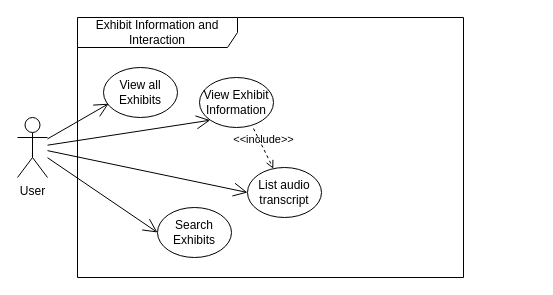
Earlier version of the draw.io diagram Use Case Diagrams/Exhibit Information.drawio (gsklaven/MusePath). Source tidied: cells renumbered, new cells numbered last; positions are measured from the earlier drawing's top-left corner, leaving out a move shared by most shapes. Both pictures are drawn from the tidied source at 100%, with x=0, y=0 at pixel (17, 17).
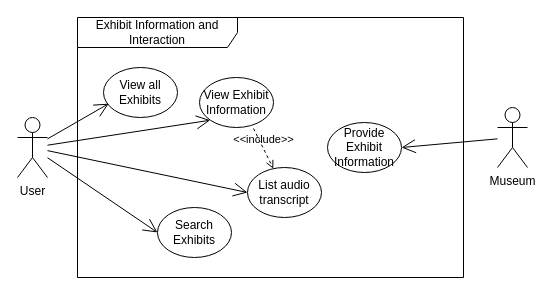
Above is the later version.

Change to the diagram source:
```diff
@@
 <mxGraphModel>
   <root>
     <mxCell id="0" />
     <mxCell id="1" parent="0" />
     <mxCell id="2" value="Exhibit Information and Interaction" style="shape=umlFrame;whiteSpace=wrap;html=1;width=160;" parent="1" vertex="1">
       <mxGeometry x="60" width="386" height="260" as="geometry" />
     </mxCell>
     <mxCell id="3" value="View Exhibit Information" style="ellipse;whiteSpace=wrap;html=1;" parent="2" vertex="1">
       <mxGeometry x="122" y="60" width="74" height="50" as="geometry" />
     </mxCell>
     <mxCell id="4" value="List audio transcript" style="ellipse;whiteSpace=wrap;html=1;" parent="2" vertex="1">
       <mxGeometry x="170" y="150" width="74" height="50" as="geometry" />
     </mxCell>
     <mxCell id="5" value="View all Exhibits" style="ellipse;whiteSpace=wrap;html=1;" parent="2" vertex="1">
       <mxGeometry x="26" y="50" width="74" height="50" as="geometry" />
     </mxCell>
     <mxCell id="6" value="Search Exhibits" style="ellipse;whiteSpace=wrap;html=1;" parent="2" vertex="1">
       <mxGeometry x="80" y="190" width="74" height="50" as="geometry" />
     </mxCell>
     <mxCell id="7" value="&amp;lt;&amp;lt;include&amp;gt;&amp;gt;" style="html=1;verticalAlign=bottom;labelBackgroundColor=none;endArrow=open;endFill=0;dashed=1;rounded=0;exitX=0.73;exitY=1.02;exitDx=0;exitDy=0;exitPerimeter=0;" parent="2" edge="1" source="3" target="4">
       <mxGeometry relative="1" as="geometry" />
     </mxCell>
+    <mxCell id="13" value="Provide Exhibit Information" style="ellipse;whiteSpace=wrap;html=1;" parent="2" vertex="1">
+      <mxGeometry x="250" y="105" width="74" height="50" as="geometry" />
+    </mxCell>
     <mxCell id="8" value="User" style="shape=umlActor;verticalLabelPosition=bottom;verticalAlign=top;html=1;" parent="1" vertex="1">
       <mxGeometry y="100" width="30" height="60" as="geometry" />
     </mxCell>
     <mxCell id="9" style="endArrow=open;endFill=1;endSize=12;html=1;rounded=0;entryX=0.07;entryY=0.724;entryDx=0;entryDy=0;entryPerimeter=0;" parent="1" edge="1" source="8" target="5">
       <mxGeometry relative="1" as="geometry" />
     </mxCell>
     <mxCell id="10" style="endArrow=open;endFill=1;endSize=12;html=1;rounded=0;entryX=0;entryY=1;entryDx=0;entryDy=0;" parent="1" edge="1" source="8" target="3">
       <mxGeometry relative="1" as="geometry" />
     </mxCell>
     <mxCell id="11" style="endArrow=open;endFill=1;endSize=12;html=1;rounded=0;entryX=0;entryY=0.5;entryDx=0;entryDy=0;" parent="1" edge="1" source="8" target="6">
       <mxGeometry relative="1" as="geometry" />
     </mxCell>
     <mxCell id="12" style="endArrow=open;endFill=1;endSize=12;html=1;rounded=0;entryX=0;entryY=0.5;entryDx=0;entryDy=0;" parent="1" edge="1" source="8" target="4">
       <mxGeometry relative="1" as="geometry" />
     </mxCell>
+    <mxCell id="14" value="Museum" style="shape=umlActor;verticalLabelPosition=bottom;verticalAlign=top;html=1;outlineConnect=0;" parent="1" vertex="1">
+      <mxGeometry x="480" y="90" width="30" height="60" as="geometry" />
+    </mxCell>
+    <mxCell id="15" style="endArrow=open;endFill=1;endSize=12;html=1;rounded=0;entryX=1;entryY=0.5;entryDx=0;entryDy=0;" parent="1" edge="1" source="14" target="13">
+      <mxGeometry relative="1" as="geometry" />
+    </mxCell>
   </root>
 </mxGraphModel>
```
